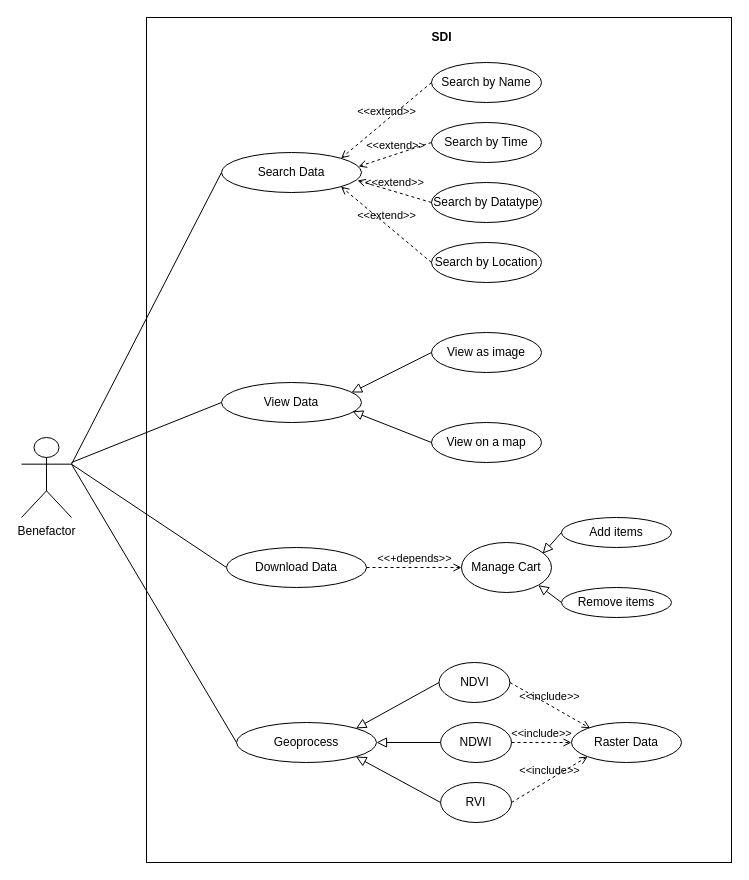
Before: page "Page-2" (2 of 3) of UMLDiag.drawio in sudikin/local-sdi, a draw.io diagram. Source tidied: cells renumbered, new cells numbered last; positions are measured from the earlier drawing's top-left corner, leaving out a move shared by most shapes. Both pictures are drawn from the tidied source at 100%, with x=0, y=0 at pixel (21, 17).
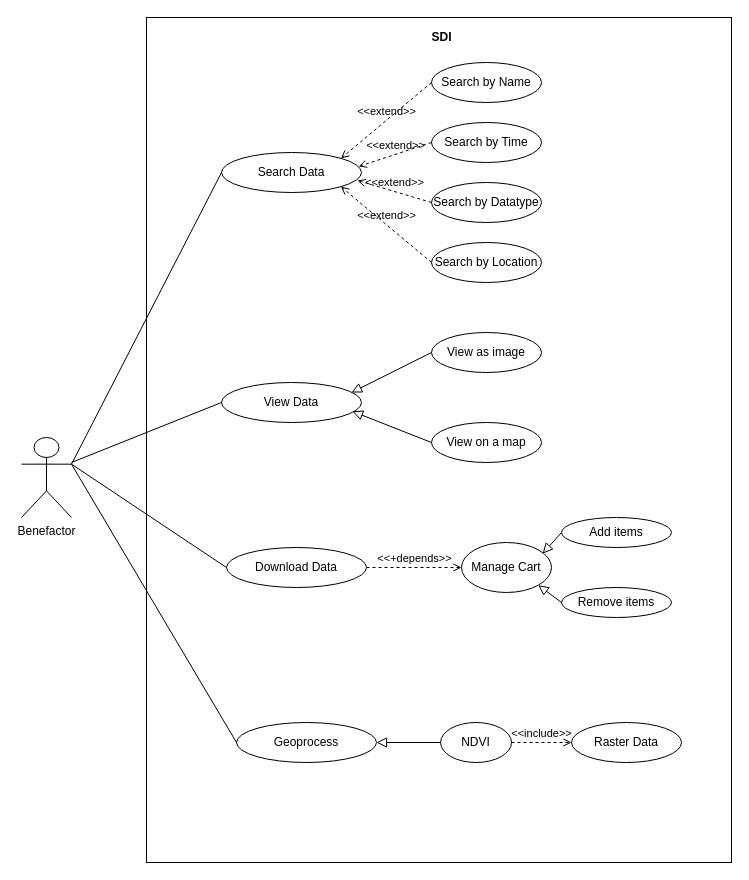
Above is the later version.

The change refers to these unchanged cells:
```xml
<mxCell id="28" value="Geoprocess" style="ellipse;whiteSpace=wrap;html=1;" parent="1" vertex="1">
  <mxGeometry x="215" y="705" width="140" height="40" as="geometry" />
</mxCell>
<mxCell id="29" value="Raster Data" style="ellipse;whiteSpace=wrap;html=1;" parent="1" vertex="1">
  <mxGeometry x="550" y="705" width="110" height="40" as="geometry" />
</mxCell>
```

Diff of the diagram source:
```diff
@@
-    <mxCell id="30" value="NDVI" style="ellipse;whiteSpace=wrap;html=1;" parent="1" vertex="1">
-      <mxGeometry x="417.5" y="645" width="70.9" height="40" as="geometry" />
-    </mxCell>
-    <mxCell id="31" value="NDWI" style="ellipse;whiteSpace=wrap;html=1;" parent="1" vertex="1">
+    <mxCell id="31" value="NDVI" style="ellipse;whiteSpace=wrap;html=1;" parent="1" vertex="1">
       <mxGeometry x="419.1" y="705" width="70.9" height="40" as="geometry" />
     </mxCell>
-    <mxCell id="32" value="RVI" style="ellipse;whiteSpace=wrap;html=1;" parent="1" vertex="1">
-      <mxGeometry x="419.1" y="765" width="70.9" height="40" as="geometry" />
-    </mxCell>
-    <mxCell id="33" value="&amp;lt;&amp;lt;include&amp;gt;&amp;gt;" style="endArrow=open;html=1;rounded=0;align=center;verticalAlign=bottom;dashed=1;endFill=0;labelBackgroundColor=none;entryX=0.169;entryY=0.141;entryDx=0;entryDy=0;exitX=1;exitY=0.5;exitDx=0;exitDy=0;entryPerimeter=0;" parent="1" edge="1" source="30" target="29">
-      <mxGeometry relative="1" as="geometry" />
-    </mxCell>
-    <mxCell id="34" style="html=1;align=center;verticalAlign=top;labelBackgroundColor=none;" parent="33" vertex="1">
-      <mxGeometry relative="1" as="geometry" />
-    </mxCell>
@@
-    <mxCell id="37" value="&amp;lt;&amp;lt;include&amp;gt;&amp;gt;" style="endArrow=open;html=1;rounded=0;align=center;verticalAlign=bottom;dashed=1;endFill=0;labelBackgroundColor=none;entryX=0;entryY=1;entryDx=0;entryDy=0;exitX=1;exitY=0.5;exitDx=0;exitDy=0;" parent="1" edge="1" source="32" target="29">
-      <mxGeometry relative="1" as="geometry" />
-    </mxCell>
-    <mxCell id="38" style="html=1;align=center;verticalAlign=top;labelBackgroundColor=none;" parent="37" vertex="1">
-      <mxGeometry relative="1" as="geometry" />
-    </mxCell>
-    <mxCell id="39" style="endArrow=block;html=1;rounded=0;align=center;verticalAlign=bottom;endFill=0;labelBackgroundColor=none;endSize=8;exitX=0;exitY=0.5;exitDx=0;exitDy=0;entryX=1;entryY=0;entryDx=0;entryDy=0;" parent="1" edge="1" source="30" target="28">
-      <mxGeometry relative="1" as="geometry" />
-    </mxCell>
@@
-    <mxCell id="41" style="endArrow=block;html=1;rounded=0;align=center;verticalAlign=bottom;endFill=0;labelBackgroundColor=none;endSize=8;exitX=0;exitY=0.5;exitDx=0;exitDy=0;entryX=1;entryY=1;entryDx=0;entryDy=0;" parent="1" edge="1" source="32" target="28">
-      <mxGeometry relative="1" as="geometry" />
-    </mxCell>
```
